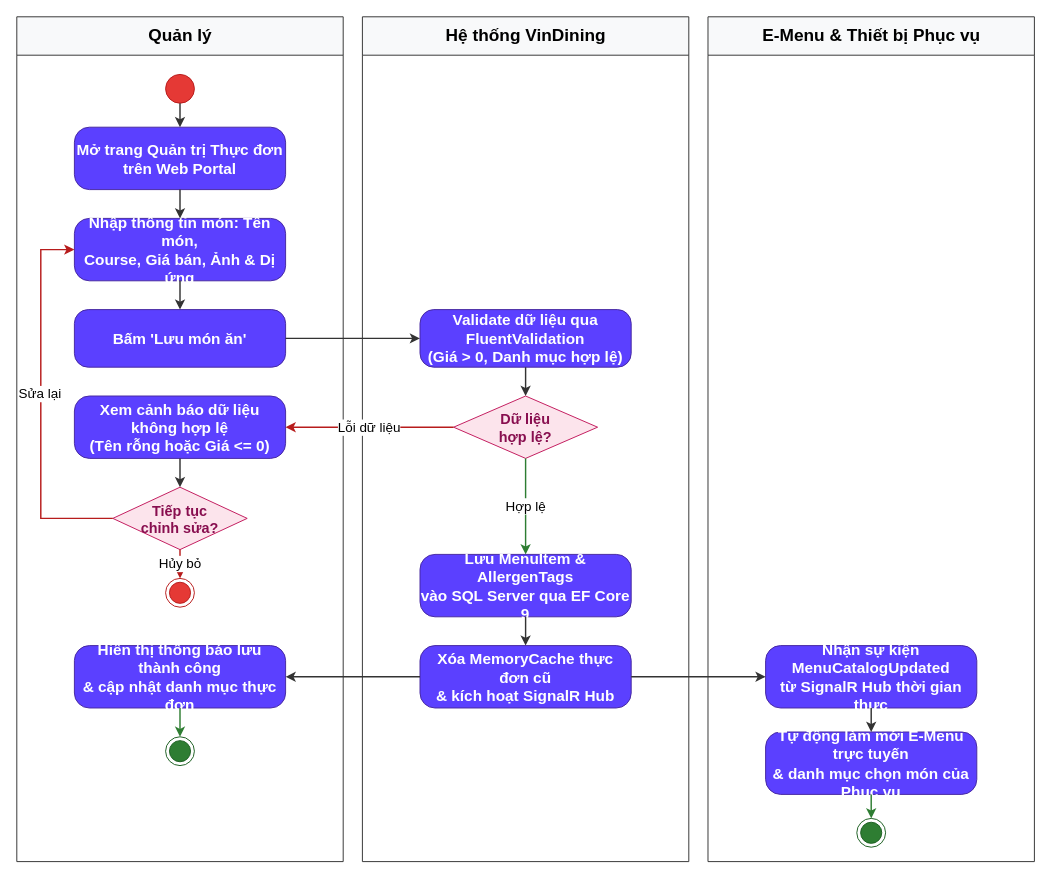
Above: docs/phase1/drawio/ad11_menu_management.drawio in AndrewQng/VinDining (draw.io), before the change. Source tidied: cells renumbered, new cells numbered last; positions are measured from the earlier drawing's top-left corner, leaving out a move shared by most shapes. Both pictures are drawn from the tidied source at 96%, with x=0, y=0 at pixel (16, 16).
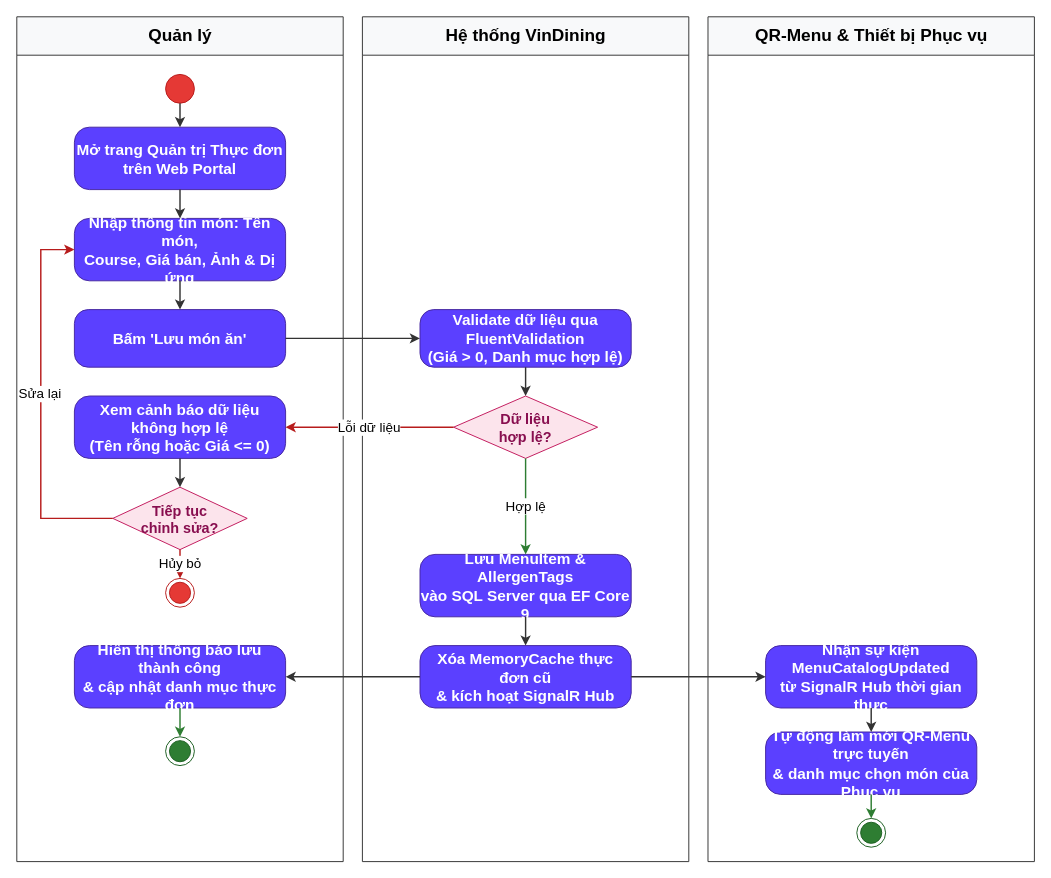
The same diagram, later.

The edit, as a diff of the source:
```diff
@@
-    <mxCell id="27" value="E-Menu &amp;amp; Thiết bị Phục vụ" style="swimlane;html=1;startSize=40;horizontal=1;fontStyle=1;fontSize=18;align=center;verticalAlign=middle;fillColor=#f8f9fa;strokeColor=#333333;swimlaneLine=1;" parent="1" vertex="1">
+    <mxCell id="27" value="QR-Menu &amp;amp; Thiết bị Phục vụ" style="swimlane;html=1;startSize=40;horizontal=1;fontStyle=1;fontSize=18;align=center;verticalAlign=middle;fillColor=#f8f9fa;strokeColor=#333333;swimlaneLine=1;" parent="1" vertex="1">
       <mxGeometry x="720" width="340" height="880" as="geometry" />
     </mxCell>
@@
-    <mxCell id="29" value="Tự động làm mới E-Menu trực tuyến&#10;&amp;amp; danh mục chọn món của Phục vụ" style="rounded=1;arcSize=24;whiteSpace=wrap;html=1;fillColor=#5b40ff;strokeColor=#4527a0;fontColor=#ffffff;fontStyle=1;fontSize=16;align=center;verticalAlign=middle;" parent="27" vertex="1">
+    <mxCell id="29" value="Tự động làm mới QR-Menu trực tuyến&#10;&amp;amp; danh mục chọn món của Phục vụ" style="rounded=1;arcSize=24;whiteSpace=wrap;html=1;fillColor=#5b40ff;strokeColor=#4527a0;fontColor=#ffffff;fontStyle=1;fontSize=16;align=center;verticalAlign=middle;" parent="27" vertex="1">
       <mxGeometry x="60" y="745" width="220" height="65" as="geometry" />
     </mxCell>
```
